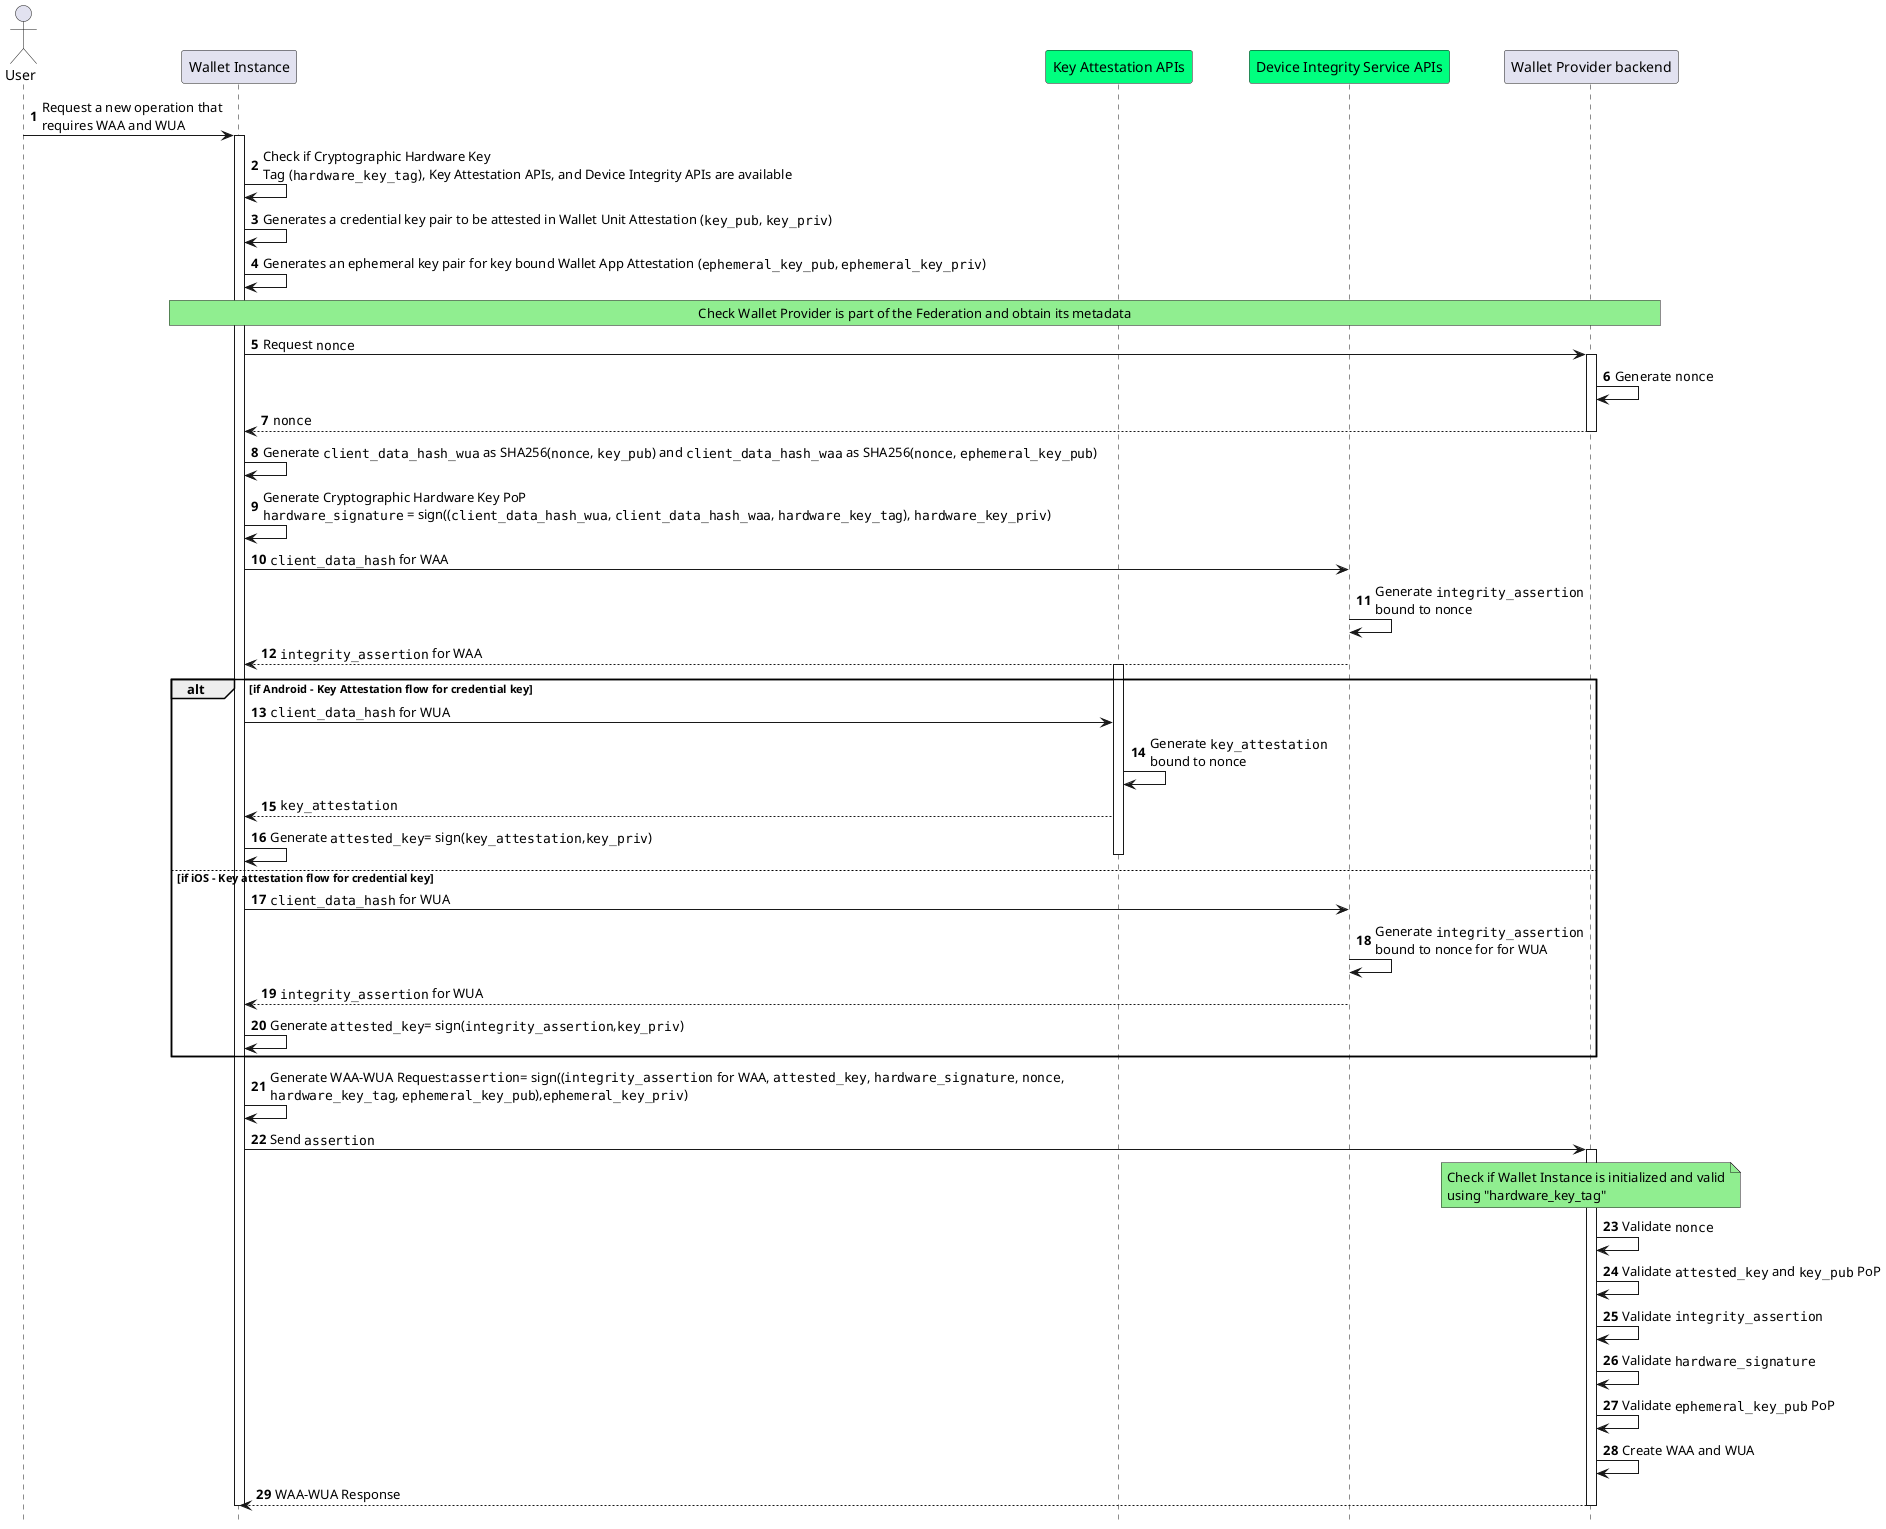
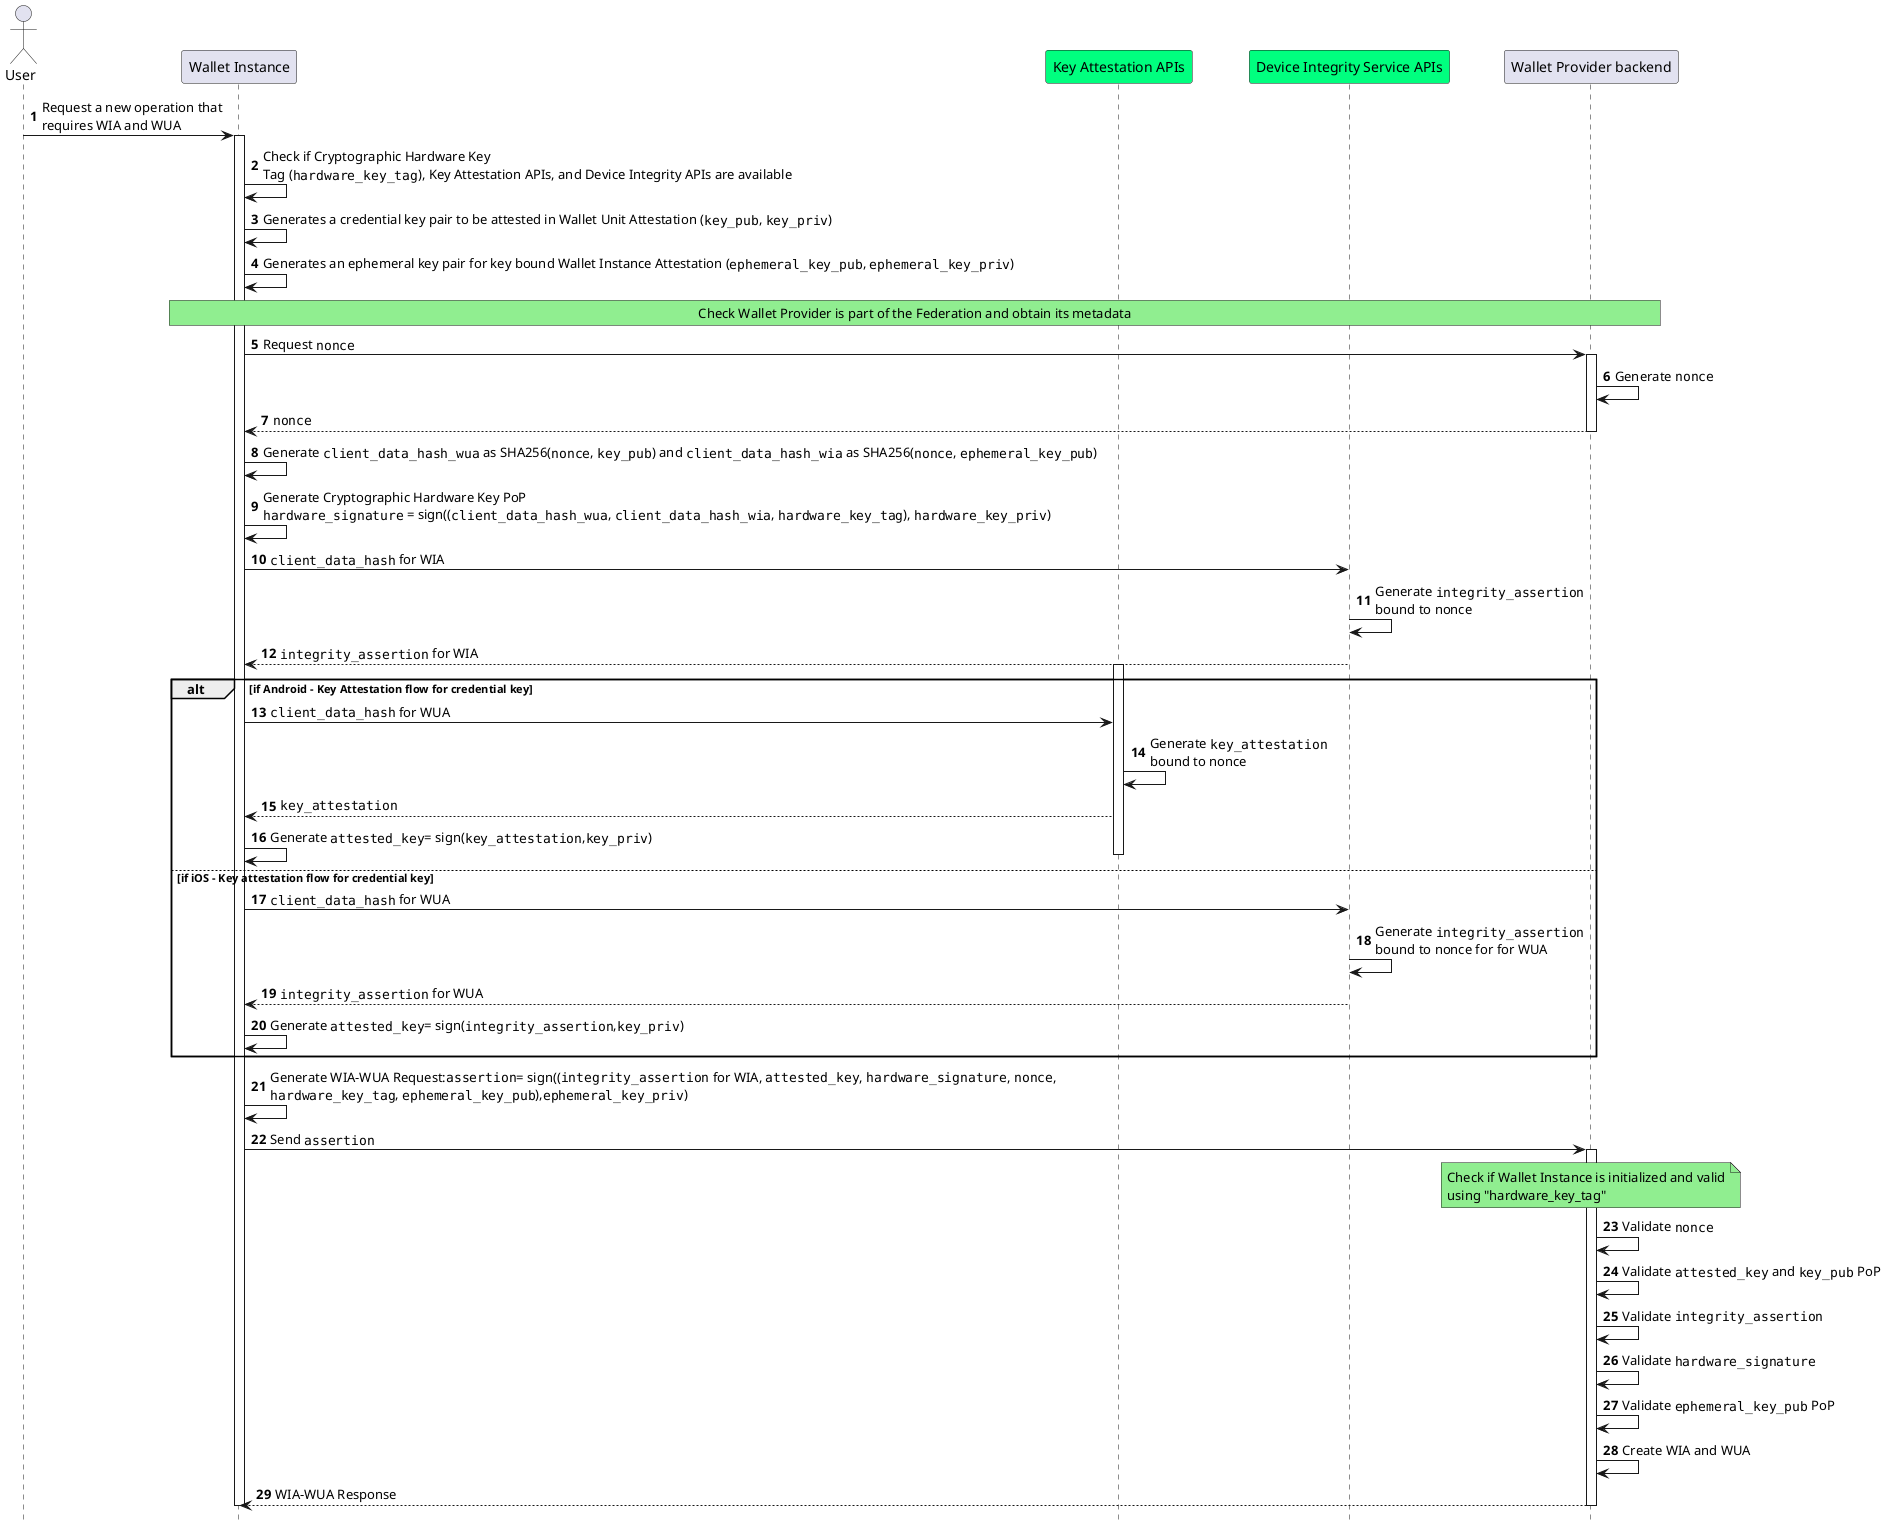
- @startuml Wallet App and Wallet Unit Attestations Issuance
+ @startuml Wallet Instance and Wallet Unit Attestations Issuance
autonumber
hide footbox

'Participants
actor "User" as user
participant "Wallet Instance" as app
participant "Key Attestation APIs" as kats #springgreen
participant "Device Integrity Service APIs" as aats #springgreen
participant "Wallet Provider backend" as bck

- user->app: Request a new operation that\nrequires WAA and WUA
+ user->app: Request a new operation that\nrequires WIA and WUA
activate app

app->app: Check if Cryptographic Hardware Key \nTag (""hardware_key_tag""), Key Attestation APIs, and Device Integrity APIs are available

app->app: Generates a credential key pair to be attested in Wallet Unit Attestation (""key_pub"", ""key_priv"")
- app->app: Generates an ephemeral key pair for key bound Wallet App Attestation (""ephemeral_key_pub"", ""ephemeral_key_priv"")
+ app->app: Generates an ephemeral key pair for key bound Wallet Instance Attestation (""ephemeral_key_pub"", ""ephemeral_key_priv"")

rnote over app,bck #LIGHTGREEN
Check Wallet Provider is part of the Federation and obtain its metadata
endrnote

app->bck: Request ""nonce""
activate bck

bck->bck: Generate ""nonce""

bck-->app: ""nonce""
deactivate bck


- app->app: Generate ""client_data_hash_wua"" as SHA256(""nonce"", ""key_pub"") and ""client_data_hash_waa"" as SHA256(""nonce"", ""ephemeral_key_pub"")
+ app->app: Generate ""client_data_hash_wua"" as SHA256(""nonce"", ""key_pub"") and ""client_data_hash_wia"" as SHA256(""nonce"", ""ephemeral_key_pub"")

- app->app: Generate Cryptographic Hardware Key PoP\n""hardware_signature"" = sign((""client_data_hash_wua"", ""client_data_hash_waa"", ""hardware_key_tag""), ""hardware_key_priv"")
+ app->app: Generate Cryptographic Hardware Key PoP\n""hardware_signature"" = sign((""client_data_hash_wua"", ""client_data_hash_wia"", ""hardware_key_tag""), ""hardware_key_priv"")

- app->aats: ""client_data_hash"" for WAA
+ app->aats: ""client_data_hash"" for WIA
aats->aats: Generate ""integrity_assertion""\nbound to nonce
- aats-->app: ""integrity_assertion"" for WAA
+ aats-->app: ""integrity_assertion"" for WIA

alt if Android - Key Attestation flow for credential key

activate kats

app->kats: ""client_data_hash"" for WUA

kats->kats: Generate ""key_attestation""\nbound to nonce

kats-->app: ""key_attestation""
app->app : Generate ""attested_key""= sign(""key_attestation"",""key_priv"")

deactivate kats

else if iOS - Key attestation flow for credential key

app->aats: ""client_data_hash"" for WUA
aats->aats: Generate ""integrity_assertion""\nbound to nonce for for WUA
aats-->app: ""integrity_assertion"" for WUA
app->app : Generate ""attested_key""= sign(""integrity_assertion"",""key_priv"")
end


- app->app: Generate WAA-WUA Request:""assertion""= sign((""integrity_assertion"" for WAA, ""attested_key"", ""hardware_signature"", ""nonce"",\n""hardware_key_tag"", ""ephemeral_key_pub""),""ephemeral_key_priv"")
+ app->app: Generate WIA-WUA Request:""assertion""= sign((""integrity_assertion"" for WIA, ""attested_key"", ""hardware_signature"", ""nonce"",\n""hardware_key_tag"", ""ephemeral_key_pub""),""ephemeral_key_priv"")
app->bck: Send ""assertion""
activate bck
Note over bck, bck #LIGHTGREEN
Check if Wallet Instance is initialized and valid
using "hardware_key_tag"
End note

bck->bck: Validate ""nonce""
bck->bck: Validate ""attested_key"" and ""key_pub"" PoP
bck->bck: Validate ""integrity_assertion""
bck->bck: Validate ""hardware_signature""
bck->bck: Validate ""ephemeral_key_pub"" PoP
- bck->bck: Create WAA and WUA
+ bck->bck: Create WIA and WUA


- bck-->app: WAA-WUA Response
+ bck-->app: WIA-WUA Response

deactivate bck
deactivate app
@enduml